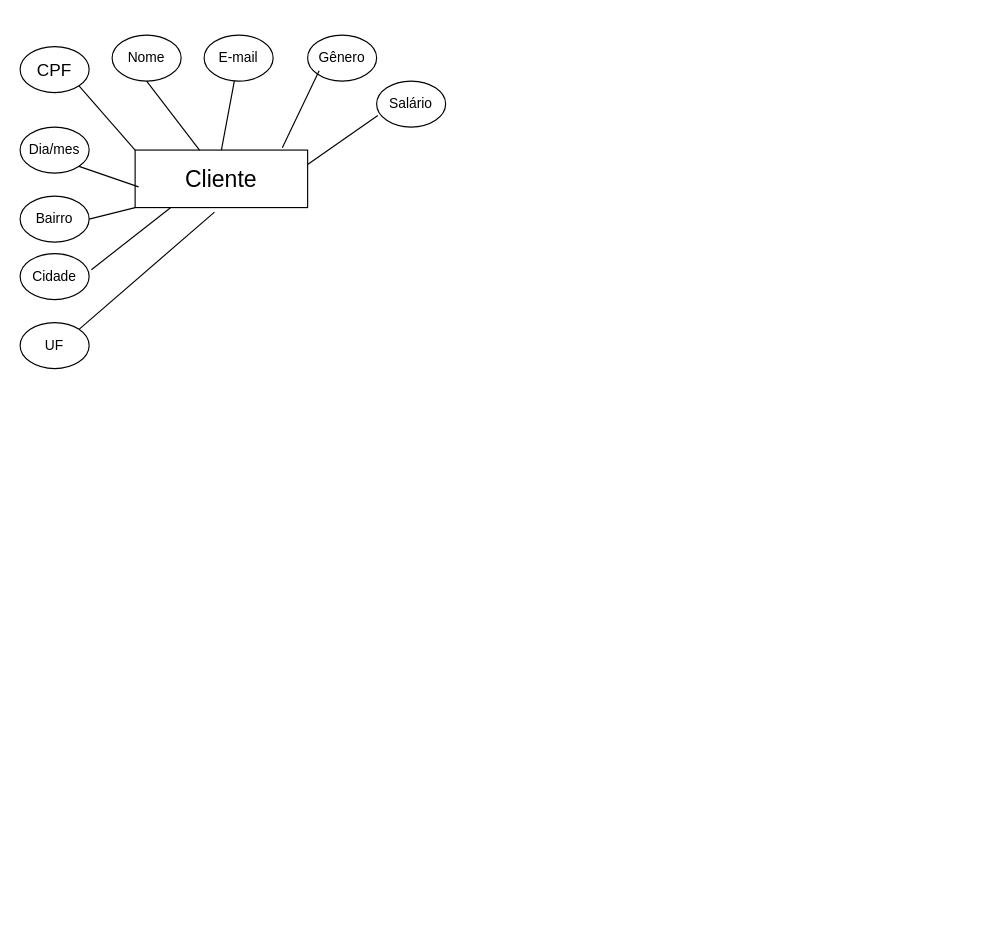
Above: Diagrama sem nome.drawio in LorenzoGG/aulateste (draw.io), before the change. Source tidied: cells renumbered, new cells numbered last; positions are measured from the earlier drawing's top-left corner, leaving out a move shared by most shapes. Both pictures are drawn from the tidied source at 115%, with x=0, y=0 at pixel (20, 34).
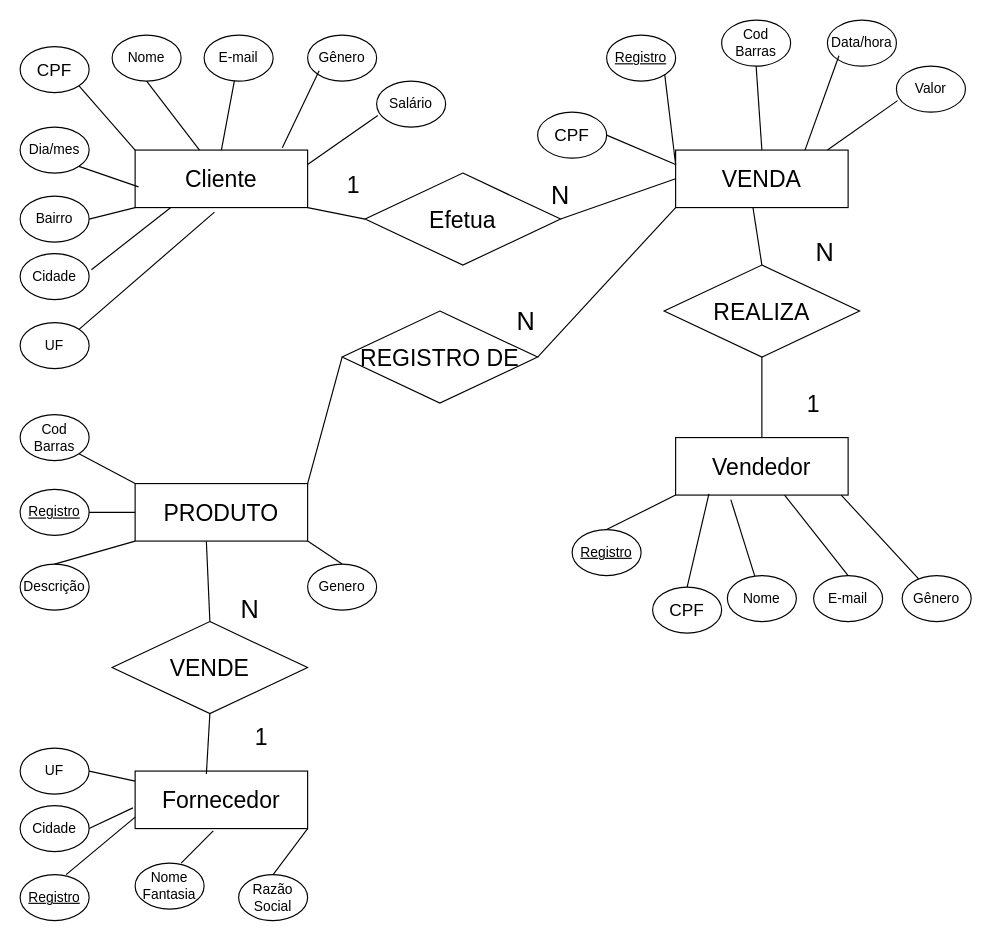
The same diagram, later.

Unchanged cells that the change refers to:
```xml
<mxCell id="2" value="&lt;font style=&quot;font-size: 20px;&quot;&gt;Cliente&lt;/font&gt;" style="rounded=0;whiteSpace=wrap;html=1;" parent="1" vertex="1">
  <mxGeometry x="100" y="100" width="150" height="50" as="geometry" />
</mxCell>
```

Change to the diagram source:
```diff
@@
-    <mxCell id="3" value="&lt;font style=&quot;font-size: 15px;&quot;&gt;CPF&lt;/font&gt;" style="ellipse;whiteSpace=wrap;html=1;" parent="1" vertex="1">
-      <mxGeometry y="10" width="60" height="40" as="geometry" />
-    </mxCell>
-    <mxCell id="4" style="endArrow=none;html=1;rounded=0;exitX=1;exitY=1;exitDx=0;exitDy=0;entryX=0;entryY=0;entryDx=0;entryDy=0;" parent="1" edge="1" source="3" target="2">
-      <mxGeometry relative="1" as="geometry" />
+    <mxCell id="4" style="endArrow=none;html=1;rounded=0;exitX=1;exitY=1;exitDx=0;exitDy=0;entryX=0;entryY=0;entryDx=0;entryDy=0;" parent="1" edge="1" target="2">
+      <mxGeometry relative="1" as="geometry">
+        <mxPoint x="51.2" y="44.1" as="sourcePoint" />
+      </mxGeometry>
     </mxCell>
@@
+    <mxCell id="21" value="&lt;font style=&quot;font-size: 20px;&quot;&gt;VENDA&lt;/font&gt;" style="rounded=0;whiteSpace=wrap;html=1;" parent="1" vertex="1">
+      <mxGeometry x="570" y="100" width="150" height="50" as="geometry" />
+    </mxCell>
+    <mxCell id="22" value="Data/hora" style="ellipse;whiteSpace=wrap;html=1;" parent="1" vertex="1">
+      <mxGeometry x="702" y="-13" width="60" height="40" as="geometry" />
+    </mxCell>
+    <mxCell id="23" style="endArrow=none;html=1;rounded=0;entryX=0.75;entryY=0;entryDx=0;entryDy=0;exitX=0.167;exitY=0.775;exitDx=0;exitDy=0;exitPerimeter=0;" parent="1" edge="1" source="22" target="21">
+      <mxGeometry relative="1" as="geometry" />
+    </mxCell>
+    <mxCell id="24" value="Valor" style="ellipse;whiteSpace=wrap;html=1;" parent="1" vertex="1">
+      <mxGeometry x="762" y="27" width="60" height="40" as="geometry" />
+    </mxCell>
+    <mxCell id="25" style="endArrow=none;html=1;rounded=0;entryX=1;entryY=0.25;entryDx=0;entryDy=0;exitX=0.017;exitY=0.75;exitDx=0;exitDy=0;exitPerimeter=0;" parent="1" edge="1" source="24">
+      <mxGeometry relative="1" as="geometry">
+        <mxPoint x="702" y="100" as="targetPoint" />
+      </mxGeometry>
+    </mxCell>
+    <mxCell id="26" value="&lt;font style=&quot;font-size: 20px;&quot;&gt;PRODUTO&lt;/font&gt;" style="rounded=0;whiteSpace=wrap;html=1;" parent="1" vertex="1">
+      <mxGeometry x="100" y="390" width="150" height="50" as="geometry" />
+    </mxCell>
+    <mxCell id="27" value="Cod Barras" style="ellipse;whiteSpace=wrap;html=1;" parent="1" vertex="1">
+      <mxGeometry y="330" width="60" height="40" as="geometry" />
+    </mxCell>
+    <mxCell id="28" value="Descrição" style="ellipse;whiteSpace=wrap;html=1;" parent="1" vertex="1">
+      <mxGeometry y="460" width="60" height="40" as="geometry" />
+    </mxCell>
+    <mxCell id="29" value="Genero" style="ellipse;whiteSpace=wrap;html=1;" parent="1" vertex="1">
+      <mxGeometry x="250" y="460" width="60" height="40" as="geometry" />
+    </mxCell>
+    <mxCell id="30" style="endArrow=none;html=1;rounded=0;exitX=1;exitY=1;exitDx=0;exitDy=0;entryX=0;entryY=0;entryDx=0;entryDy=0;" parent="1" edge="1" source="27" target="26">
+      <mxGeometry relative="1" as="geometry" />
+    </mxCell>
+    <mxCell id="31" style="endArrow=none;html=1;rounded=0;exitX=0.5;exitY=0;exitDx=0;exitDy=0;entryX=0;entryY=1;entryDx=0;entryDy=0;" parent="1" edge="1" source="28" target="26">
+      <mxGeometry relative="1" as="geometry" />
+    </mxCell>
+    <mxCell id="32" style="endArrow=none;html=1;rounded=0;exitX=1;exitY=1;exitDx=0;exitDy=0;entryX=0.5;entryY=0;entryDx=0;entryDy=0;" parent="1" edge="1" source="26" target="29">
+      <mxGeometry relative="1" as="geometry" />
+    </mxCell>
+    <mxCell id="33" value="Cod Barras" style="ellipse;whiteSpace=wrap;html=1;" parent="1" vertex="1">
+      <mxGeometry x="610" y="-13" width="60" height="40" as="geometry" />
+    </mxCell>
+    <mxCell id="34" style="endArrow=none;html=1;rounded=0;exitX=0;exitY=0.25;exitDx=0;exitDy=0;" parent="1" edge="1" source="21">
+      <mxGeometry relative="1" as="geometry">
+        <mxPoint x="560" y="30" as="targetPoint" />
+      </mxGeometry>
+    </mxCell>
+    <mxCell id="35" value="&lt;font style=&quot;font-size: 20px;&quot;&gt;Vendedor&lt;/font&gt;" style="rounded=0;whiteSpace=wrap;html=1;" parent="1" vertex="1">
+      <mxGeometry x="570" y="350" width="150" height="50" as="geometry" />
+    </mxCell>
+    <mxCell id="36" value="&lt;u&gt;Registro&lt;/u&gt;" style="ellipse;whiteSpace=wrap;html=1;" parent="1" vertex="1">
+      <mxGeometry x="480" y="430" width="60" height="40" as="geometry" />
+    </mxCell>
+    <mxCell id="37" value="Nome" style="ellipse;whiteSpace=wrap;html=1;" parent="1" vertex="1">
+      <mxGeometry x="615" y="470" width="60" height="40" as="geometry" />
+    </mxCell>
+    <mxCell id="38" value="E-mail" style="ellipse;whiteSpace=wrap;html=1;" parent="1" vertex="1">
+      <mxGeometry x="690" y="470" width="60" height="40" as="geometry" />
+    </mxCell>
+    <mxCell id="39" value="Gênero" style="ellipse;whiteSpace=wrap;html=1;" parent="1" vertex="1">
+      <mxGeometry x="767" y="470" width="60" height="40" as="geometry" />
+    </mxCell>
+    <mxCell id="40" style="endArrow=none;html=1;rounded=0;exitX=0.5;exitY=0;exitDx=0;exitDy=0;entryX=0;entryY=1;entryDx=0;entryDy=0;" parent="1" edge="1" source="36" target="35">
+      <mxGeometry relative="1" as="geometry" />
+    </mxCell>
+    <mxCell id="41" style="endArrow=none;html=1;rounded=0;entryX=0.32;entryY=1.08;entryDx=0;entryDy=0;entryPerimeter=0;" parent="1" edge="1" source="37" target="35">
+      <mxGeometry relative="1" as="geometry" />
+    </mxCell>
+    <mxCell id="42" style="endArrow=none;html=1;rounded=0;exitX=0.5;exitY=0;exitDx=0;exitDy=0;" parent="1" edge="1" source="38" target="35">
+      <mxGeometry relative="1" as="geometry" />
+    </mxCell>
+    <mxCell id="43" style="endArrow=none;html=1;rounded=0;entryX=0.96;entryY=1;entryDx=0;entryDy=0;entryPerimeter=0;" parent="1" edge="1" source="39" target="35">
+      <mxGeometry relative="1" as="geometry" />
+    </mxCell>
+    <mxCell id="44" value="&lt;font style=&quot;font-size: 15px;&quot;&gt;CPF&lt;/font&gt;" style="ellipse;whiteSpace=wrap;html=1;" parent="1" vertex="1">
+      <mxGeometry x="550" y="480" width="60" height="40" as="geometry" />
+    </mxCell>
+    <mxCell id="45" style="endArrow=none;html=1;rounded=0;exitX=0.5;exitY=0;exitDx=0;exitDy=0;entryX=0.193;entryY=0.98;entryDx=0;entryDy=0;entryPerimeter=0;" parent="1" edge="1" source="44" target="35">
+      <mxGeometry relative="1" as="geometry" />
+    </mxCell>
+    <mxCell id="46" value="&lt;u&gt;Registro&lt;/u&gt;" style="ellipse;whiteSpace=wrap;html=1;" parent="1" vertex="1">
+      <mxGeometry x="510" width="60" height="40" as="geometry" />
+    </mxCell>
+    <mxCell id="47" style="endArrow=none;html=1;rounded=0;entryX=0.5;entryY=1;entryDx=0;entryDy=0;exitX=0.5;exitY=0;exitDx=0;exitDy=0;" parent="1" edge="1" source="21" target="33">
+      <mxGeometry relative="1" as="geometry" />
+    </mxCell>
+    <mxCell id="48" value="&lt;font style=&quot;font-size: 20px;&quot;&gt;Fornecedor&lt;/font&gt;" style="rounded=0;whiteSpace=wrap;html=1;" parent="1" vertex="1">
+      <mxGeometry x="100" y="640" width="150" height="50" as="geometry" />
+    </mxCell>
+    <mxCell id="49" value="UF" style="ellipse;whiteSpace=wrap;html=1;" parent="1" vertex="1">
+      <mxGeometry y="620" width="60" height="40" as="geometry" />
+    </mxCell>
+    <mxCell id="50" value="&lt;u&gt;Registro&lt;/u&gt;" style="ellipse;whiteSpace=wrap;html=1;" parent="1" vertex="1">
+      <mxGeometry y="730" width="60" height="40" as="geometry" />
+    </mxCell>
+    <mxCell id="51" value="Nome Fantasia" style="ellipse;whiteSpace=wrap;html=1;" parent="1" vertex="1">
+      <mxGeometry x="100" y="720" width="60" height="40" as="geometry" />
+    </mxCell>
+    <mxCell id="52" value="Razão Social" style="ellipse;whiteSpace=wrap;html=1;" parent="1" vertex="1">
+      <mxGeometry x="190" y="730" width="60" height="40" as="geometry" />
+    </mxCell>
+    <mxCell id="53" style="endArrow=none;html=1;rounded=0;exitX=0.667;exitY=0;exitDx=0;exitDy=0;exitPerimeter=0;" parent="1" edge="1" source="50">
+      <mxGeometry relative="1" as="geometry">
+        <mxPoint x="100" y="680" as="targetPoint" />
+      </mxGeometry>
+    </mxCell>
+    <mxCell id="54" style="endArrow=none;html=1;rounded=0;exitX=0.667;exitY=0;exitDx=0;exitDy=0;exitPerimeter=0;entryX=0.453;entryY=1.04;entryDx=0;entryDy=0;entryPerimeter=0;" parent="1" edge="1" source="51" target="48">
+      <mxGeometry relative="1" as="geometry" />
+    </mxCell>
+    <mxCell id="55" style="endArrow=none;html=1;rounded=0;entryX=1;entryY=1;entryDx=0;entryDy=0;exitX=0.5;exitY=0;exitDx=0;exitDy=0;" parent="1" edge="1" source="52" target="48">
+      <mxGeometry relative="1" as="geometry" />
+    </mxCell>
+    <mxCell id="56" style="endArrow=none;html=1;rounded=0;exitX=1;exitY=0.5;exitDx=0;exitDy=0;" parent="1" edge="1" source="49" target="48">
+      <mxGeometry relative="1" as="geometry" />
+    </mxCell>
+    <mxCell id="57" value="Cidade" style="ellipse;whiteSpace=wrap;html=1;" parent="1" vertex="1">
+      <mxGeometry y="670" width="60" height="40" as="geometry" />
+    </mxCell>
+    <mxCell id="58" style="endArrow=none;html=1;rounded=0;entryX=-0.013;entryY=0.64;entryDx=0;entryDy=0;entryPerimeter=0;exitX=1;exitY=0.5;exitDx=0;exitDy=0;" parent="1" edge="1" source="57" target="48">
+      <mxGeometry relative="1" as="geometry" />
+    </mxCell>
+    <mxCell id="3" value="&lt;font style=&quot;font-size: 15px;&quot;&gt;CPF&lt;/font&gt;" style="ellipse;whiteSpace=wrap;html=1;" parent="1" vertex="1">
+      <mxGeometry y="10" width="60" height="40" as="geometry" />
+    </mxCell>
+    <mxCell id="59" value="&lt;font style=&quot;font-size: 15px;&quot;&gt;CPF&lt;/font&gt;" style="ellipse;whiteSpace=wrap;html=1;" parent="1" vertex="1">
+      <mxGeometry x="450" y="67" width="60" height="40" as="geometry" />
+    </mxCell>
+    <mxCell id="60" style="endArrow=none;html=1;rounded=0;entryX=1;entryY=0.5;entryDx=0;entryDy=0;exitX=0;exitY=0.25;exitDx=0;exitDy=0;" parent="1" edge="1" source="21" target="59">
+      <mxGeometry relative="1" as="geometry" />
+    </mxCell>
+    <mxCell id="61" value="&lt;u&gt;Registro&lt;/u&gt;" style="ellipse;whiteSpace=wrap;html=1;" parent="1" vertex="1">
+      <mxGeometry y="395" width="60" height="40" as="geometry" />
+    </mxCell>
+    <mxCell id="62" style="endArrow=none;html=1;rounded=0;entryX=0;entryY=0.5;entryDx=0;entryDy=0;" parent="1" edge="1" source="61" target="26">
+      <mxGeometry relative="1" as="geometry" />
+    </mxCell>
+    <mxCell id="63" value="&lt;font style=&quot;font-size: 20px;&quot;&gt;VENDE&lt;/font&gt;" style="rhombus;whiteSpace=wrap;html=1;" parent="1" vertex="1">
+      <mxGeometry x="80" y="510" width="170" height="80" as="geometry" />
+    </mxCell>
+    <mxCell id="64" style="endArrow=none;html=1;rounded=0;exitX=0.5;exitY=0;exitDx=0;exitDy=0;entryX=0.413;entryY=1.005;entryDx=0;entryDy=0;entryPerimeter=0;" parent="1" edge="1" source="63" target="26">
+      <mxGeometry relative="1" as="geometry" />
+    </mxCell>
+    <mxCell id="65" style="endArrow=none;html=1;rounded=0;entryX=0.5;entryY=1;entryDx=0;entryDy=0;exitX=0.413;exitY=0.052;exitDx=0;exitDy=0;exitPerimeter=0;" parent="1" edge="1" source="48" target="63">
+      <mxGeometry relative="1" as="geometry" />
+    </mxCell>
+    <mxCell id="66" value="&lt;font style=&quot;font-size: 22px;&quot;&gt;N&lt;/font&gt;" style="text;strokeColor=none;align=center;fillColor=none;html=1;verticalAlign=middle;whiteSpace=wrap;rounded=0;" parent="1" vertex="1">
+      <mxGeometry x="170" y="480" width="60" height="40" as="geometry" />
+    </mxCell>
+    <mxCell id="67" value="&lt;div style=&quot;font-size: 20px;&quot;&gt;&lt;font style=&quot;font-size: 20px;&quot;&gt;1&lt;/font&gt;&lt;/div&gt;" style="text;strokeColor=none;align=center;fillColor=none;html=1;verticalAlign=middle;whiteSpace=wrap;rounded=0;" parent="1" vertex="1">
+      <mxGeometry x="180" y="590" width="60" height="40" as="geometry" />
+    </mxCell>
+    <mxCell id="68" value="&lt;font style=&quot;font-size: 20px;&quot;&gt;REALIZA&lt;/font&gt;" style="rhombus;whiteSpace=wrap;html=1;" parent="1" vertex="1">
+      <mxGeometry x="560" y="200" width="170" height="80" as="geometry" />
+    </mxCell>
+    <mxCell id="69" style="endArrow=none;html=1;rounded=0;entryX=0.448;entryY=0.993;entryDx=0;entryDy=0;entryPerimeter=0;exitX=0.5;exitY=0;exitDx=0;exitDy=0;" parent="1" edge="1" source="68" target="21">
+      <mxGeometry relative="1" as="geometry" />
+    </mxCell>
+    <mxCell id="70" style="endArrow=none;html=1;rounded=0;entryX=0.5;entryY=1;entryDx=0;entryDy=0;exitX=0.5;exitY=0;exitDx=0;exitDy=0;" parent="1" edge="1" source="35" target="68">
+      <mxGeometry relative="1" as="geometry" />
+    </mxCell>
+    <mxCell id="71" value="&lt;div style=&quot;font-size: 20px;&quot;&gt;&lt;font style=&quot;font-size: 20px;&quot;&gt;1&lt;/font&gt;&lt;/div&gt;" style="text;strokeColor=none;align=center;fillColor=none;html=1;verticalAlign=middle;whiteSpace=wrap;rounded=0;" parent="1" vertex="1">
+      <mxGeometry x="660" y="300" width="60" height="40" as="geometry" />
+    </mxCell>
+    <mxCell id="72" value="&lt;font style=&quot;font-size: 22px;&quot;&gt;N&lt;/font&gt;" style="text;strokeColor=none;align=center;fillColor=none;html=1;verticalAlign=middle;whiteSpace=wrap;rounded=0;" parent="1" vertex="1">
+      <mxGeometry x="670" y="170" width="60" height="40" as="geometry" />
+    </mxCell>
+    <mxCell id="73" value="&lt;font style=&quot;font-size: 20px;&quot;&gt;REGISTRO DE&lt;/font&gt;" style="rhombus;whiteSpace=wrap;html=1;" parent="1" vertex="1">
+      <mxGeometry x="280" y="240" width="170" height="80" as="geometry" />
+    </mxCell>
+    <mxCell id="74" style="endArrow=none;html=1;rounded=0;exitX=1;exitY=0;exitDx=0;exitDy=0;entryX=0;entryY=0.5;entryDx=0;entryDy=0;" parent="1" edge="1" source="26" target="73">
+      <mxGeometry relative="1" as="geometry" />
+    </mxCell>
+    <mxCell id="75" style="endArrow=none;html=1;rounded=0;entryX=0;entryY=1;entryDx=0;entryDy=0;exitX=1;exitY=0.5;exitDx=0;exitDy=0;" parent="1" edge="1" source="73" target="21">
+      <mxGeometry relative="1" as="geometry" />
+    </mxCell>
+    <mxCell id="76" value="&lt;div style=&quot;font-size: 13px;&quot;&gt;&lt;font style=&quot;font-size: 20px;&quot;&gt;Efetua&lt;/font&gt;&lt;/div&gt;" style="rhombus;whiteSpace=wrap;html=1;" parent="1" vertex="1">
+      <mxGeometry x="300" y="120" width="170" height="80" as="geometry" />
+    </mxCell>
+    <mxCell id="77" style="endArrow=none;html=1;rounded=0;entryX=0;entryY=0.5;entryDx=0;entryDy=0;exitX=1;exitY=1;exitDx=0;exitDy=0;" parent="1" edge="1" source="2" target="76">
+      <mxGeometry relative="1" as="geometry" />
+    </mxCell>
+    <mxCell id="78" style="endArrow=none;html=1;rounded=0;entryX=0;entryY=0.5;entryDx=0;entryDy=0;exitX=1;exitY=0.5;exitDx=0;exitDy=0;" parent="1" edge="1" source="76" target="21">
+      <mxGeometry relative="1" as="geometry" />
+    </mxCell>
+    <mxCell id="79" value="&lt;font style=&quot;font-size: 22px;&quot;&gt;N&lt;/font&gt;" style="text;strokeColor=none;align=center;fillColor=none;html=1;verticalAlign=middle;whiteSpace=wrap;rounded=0;" parent="1" vertex="1">
+      <mxGeometry x="410" y="230" width="60" height="40" as="geometry" />
+    </mxCell>
+    <mxCell id="80" value="&lt;font style=&quot;font-size: 22px;&quot;&gt;N&lt;/font&gt;" style="text;strokeColor=none;align=center;fillColor=none;html=1;verticalAlign=middle;whiteSpace=wrap;rounded=0;" parent="1" vertex="1">
+      <mxGeometry x="440" y="120" width="60" height="40" as="geometry" />
+    </mxCell>
+    <mxCell id="81" value="&lt;div style=&quot;font-size: 20px;&quot;&gt;&lt;font style=&quot;font-size: 20px;&quot;&gt;1&lt;/font&gt;&lt;/div&gt;" style="text;strokeColor=none;align=center;fillColor=none;html=1;verticalAlign=middle;whiteSpace=wrap;rounded=0;" parent="1" vertex="1">
+      <mxGeometry x="260" y="110" width="60" height="40" as="geometry" />
+    </mxCell>
```
